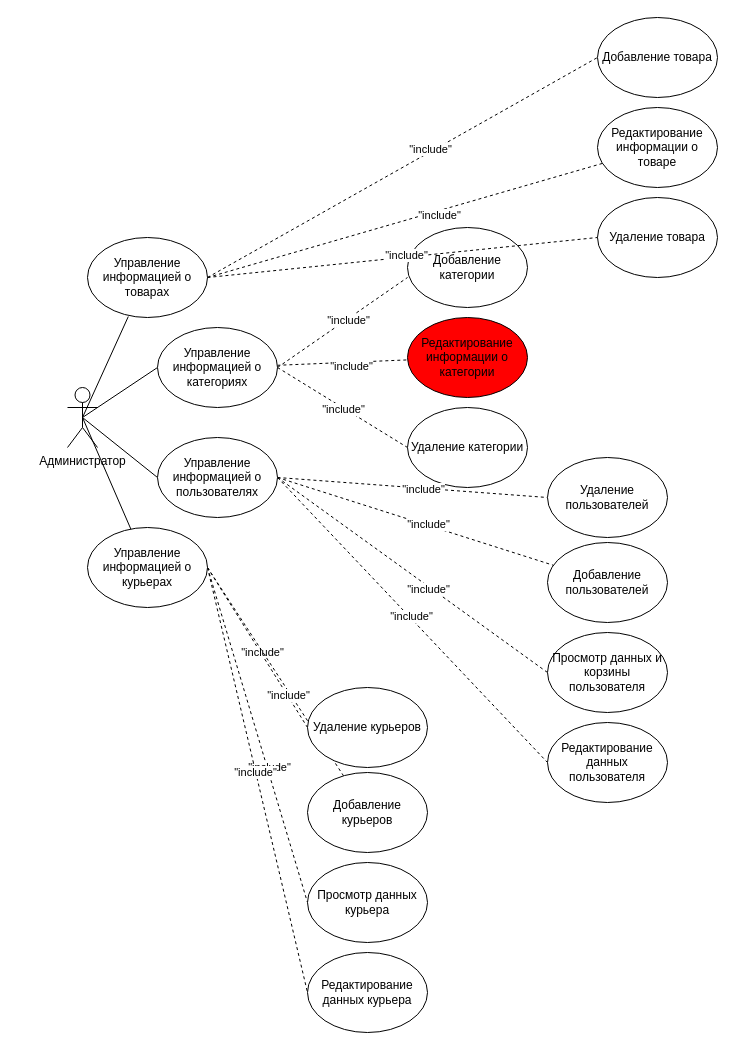
The draw.io diagram page "Администратор" (4 of 4) of Документация/Cозданные диаграммы/useCase.drawio in TP-4-4/PurrfectBites, before the edit. Source tidied: cells renumbered, new cells numbered last; positions are measured from the earlier drawing's top-left corner, leaving out a move shared by most shapes. Both pictures are drawn from the tidied source at 100%, with x=0, y=0 at pixel (67, 17).
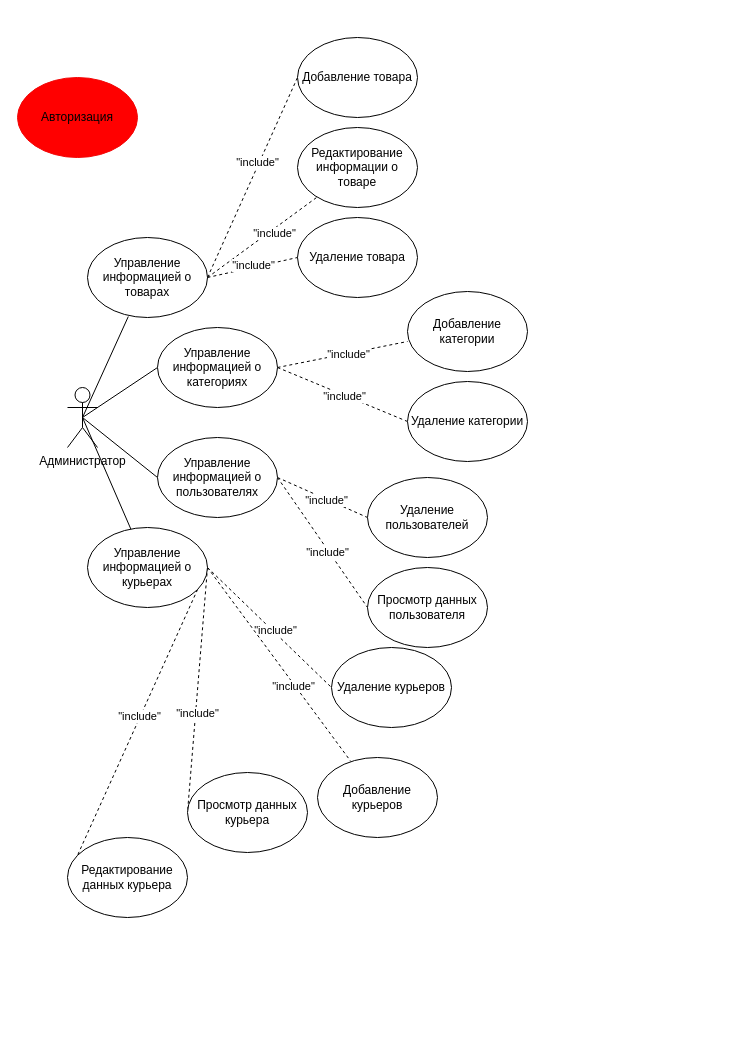
The same diagram, later.

The change refers to these unchanged cells:
```xml
<mxCell id="20" value="Управление информацией о категориях" style="ellipse;whiteSpace=wrap;html=1;" parent="1" vertex="1">
  <mxGeometry x="90" y="310" width="120" height="80" as="geometry" />
</mxCell>
<mxCell id="32" value="Управление информацией о пользователях" style="ellipse;whiteSpace=wrap;html=1;" parent="1" vertex="1">
  <mxGeometry x="90" y="420" width="120" height="80" as="geometry" />
</mxCell>
```

What changed in the source:
```diff
@@
     <mxCell id="11" value="Добавление товара" style="ellipse;whiteSpace=wrap;html=1;" parent="1" vertex="1">
-      <mxGeometry x="530" width="120" height="80" as="geometry" />
+      <mxGeometry x="230" y="20" width="120" height="80" as="geometry" />
     </mxCell>
     <mxCell id="12" value="Удаление товара" style="ellipse;whiteSpace=wrap;html=1;" parent="1" vertex="1">
-      <mxGeometry x="530" y="180" width="120" height="80" as="geometry" />
+      <mxGeometry x="230" y="200" width="120" height="80" as="geometry" />
     </mxCell>
     <mxCell id="13" value="Редактирование информации о товаре" style="ellipse;whiteSpace=wrap;html=1;" parent="1" vertex="1">
-      <mxGeometry x="530" y="90" width="120" height="80" as="geometry" />
+      <mxGeometry x="230" y="110" width="120" height="80" as="geometry" />
     </mxCell>
@@
-    <mxCell id="16" style="rounded=0;jettySize=auto;html=1;endArrow=none;endFill=0;dashed=1;" parent="1" edge="1" source="20" target="23">
-      <mxGeometry relative="1" as="geometry" />
-    </mxCell>
-    <mxCell id="17" value="&quot;include&quot;" style="edgeLabel;html=1;align=center;verticalAlign=middle;" parent="16" vertex="1">
-      <mxGeometry x="0.12" y="-4" relative="1" as="geometry" />
-    </mxCell>
@@
     <mxCell id="21" value="Добавление категории" style="ellipse;whiteSpace=wrap;html=1;" parent="1" vertex="1">
-      <mxGeometry x="340" y="210" width="120" height="80" as="geometry" />
+      <mxGeometry x="340" y="274" width="120" height="80" as="geometry" />
     </mxCell>
     <mxCell id="22" value="Удаление категории" style="ellipse;whiteSpace=wrap;html=1;" parent="1" vertex="1">
-      <mxGeometry x="340" y="390" width="120" height="80" as="geometry" />
+      <mxGeometry x="340" y="364" width="120" height="80" as="geometry" />
     </mxCell>
-    <mxCell id="23" value="Редактирование информации о категории" style="ellipse;whiteSpace=wrap;html=1;fillColor=#FF0000;" parent="1" vertex="1">
-      <mxGeometry x="340" y="300" width="120" height="80" as="geometry" />
-    </mxCell>
@@
-    <mxCell id="26" style="rounded=0;jettySize=auto;html=1;exitX=1;exitY=0.5;exitDx=0;exitDy=0;dashed=1;endArrow=none;endFill=0;" parent="1" edge="1" source="32" target="42">
-      <mxGeometry relative="1" as="geometry" />
-    </mxCell>
-    <mxCell id="27" value="&quot;include&quot;" style="edgeLabel;html=1;align=center;verticalAlign=middle;" parent="26" vertex="1">
-      <mxGeometry x="0.09" y="1" relative="1" as="geometry" />
-    </mxCell>
@@
-    <mxCell id="30" style="rounded=0;jettySize=auto;html=1;exitX=1;exitY=0.5;exitDx=0;exitDy=0;entryX=0;entryY=0.5;entryDx=0;entryDy=0;endArrow=none;endFill=0;dashed=1;" parent="1" edge="1" source="32" target="44">
-      <mxGeometry relative="1" as="geometry" />
-    </mxCell>
-    <mxCell id="31" value="&quot;include&quot;" style="edgeLabel;html=1;align=center;verticalAlign=middle;" parent="30" vertex="1">
-      <mxGeometry x="-0.02" y="2" relative="1" as="geometry" />
-    </mxCell>
@@
-    <mxCell id="42" value="Добавление пользователей" style="ellipse;whiteSpace=wrap;html=1;" parent="1" vertex="1">
-      <mxGeometry x="480" y="525" width="120" height="80" as="geometry" />
-    </mxCell>
     <mxCell id="43" value="Удаление пользователей" style="ellipse;whiteSpace=wrap;html=1;" parent="1" vertex="1">
-      <mxGeometry x="480" y="440" width="120" height="80" as="geometry" />
+      <mxGeometry x="300" y="460" width="120" height="80" as="geometry" />
     </mxCell>
-    <mxCell id="44" value="Редактирование данных пользователя" style="ellipse;whiteSpace=wrap;html=1;" parent="1" vertex="1">
-      <mxGeometry x="480" y="705" width="120" height="80" as="geometry" />
-    </mxCell>
-    <mxCell id="45" value="Просмотр данных и корзины пользователя" style="ellipse;whiteSpace=wrap;html=1;" parent="1" vertex="1">
-      <mxGeometry x="480" y="615" width="120" height="80" as="geometry" />
+    <mxCell id="45" value="Просмотр данных пользователя" style="ellipse;whiteSpace=wrap;html=1;" parent="1" vertex="1">
+      <mxGeometry x="300" y="550" width="120" height="80" as="geometry" />
     </mxCell>
     <mxCell id="46" value="Добавление курьеров" style="ellipse;whiteSpace=wrap;html=1;" parent="1" vertex="1">
-      <mxGeometry x="240" y="755" width="120" height="80" as="geometry" />
+      <mxGeometry x="250" y="740" width="120" height="80" as="geometry" />
     </mxCell>
     <mxCell id="47" value="Удаление курьеров" style="ellipse;whiteSpace=wrap;html=1;" parent="1" vertex="1">
-      <mxGeometry x="240" y="670" width="120" height="80" as="geometry" />
+      <mxGeometry x="264" y="630" width="120" height="80" as="geometry" />
     </mxCell>
     <mxCell id="48" value="Редактирование данных курьера" style="ellipse;whiteSpace=wrap;html=1;" parent="1" vertex="1">
-      <mxGeometry x="240" y="935" width="120" height="80" as="geometry" />
+      <mxGeometry y="820" width="120" height="80" as="geometry" />
     </mxCell>
     <mxCell id="49" value="Просмотр данных курьера" style="ellipse;whiteSpace=wrap;html=1;" parent="1" vertex="1">
-      <mxGeometry x="240" y="845" width="120" height="80" as="geometry" />
+      <mxGeometry x="120" y="755" width="120" height="80" as="geometry" />
     </mxCell>
@@
+    <mxCell id="53" value="Авторизация" style="ellipse;whiteSpace=wrap;html=1;strokeColor=#f20707;fillColor=#FF0000;" parent="1" vertex="1">
+      <mxGeometry x="-50" y="60" width="120" height="80" as="geometry" />
+    </mxCell>
```
